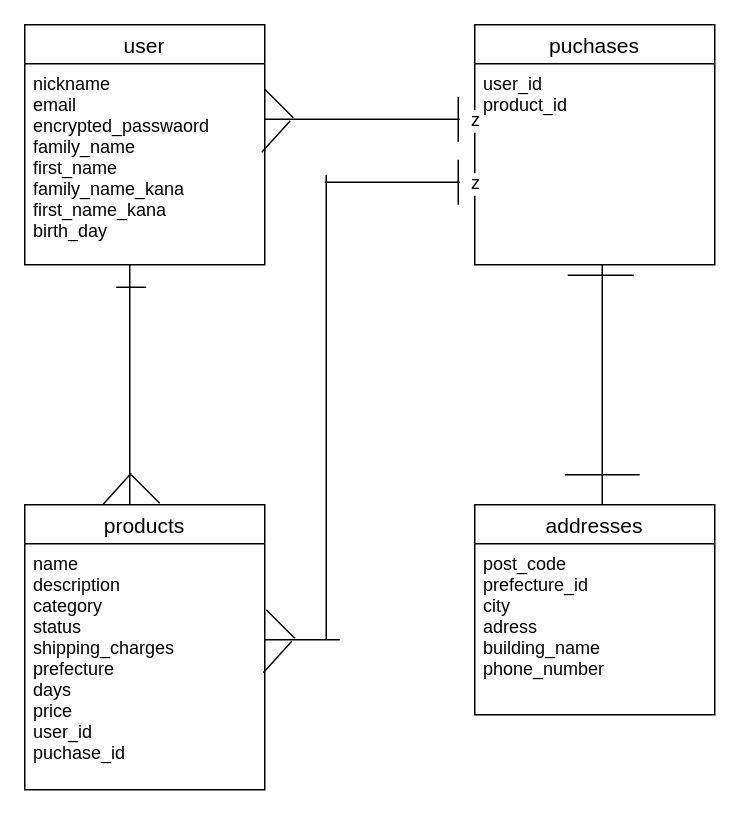
This is firima.dio from Kawase-Ryo/furima-38243, a draw.io file, before an edit. Source tidied: cells renumbered, new cells numbered last; positions are measured from the earlier drawing's top-left corner, leaving out a move shared by most shapes. Both pictures are drawn from the tidied source at 150%, with x=0, y=0 at pixel (24, 24).
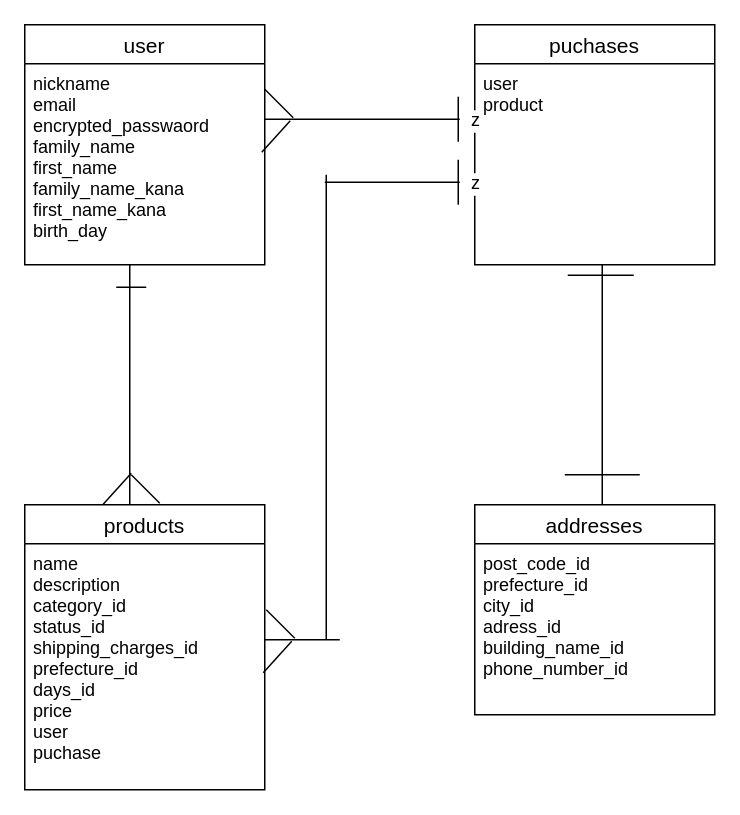
Above is the later version.

Commit message (it also covers changes not shown here):
データベース修正-15

The change refers to these unchanged cells:
```xml
<mxCell id="4" value="puchases" style="swimlane;fontStyle=0;horizontal=1;startSize=26;align=center;fontSize=14;" parent="1" vertex="1">
  <mxGeometry x="300" width="160" height="160" as="geometry" />
</mxCell>
<mxCell id="6" value="products" style="swimlane;fontStyle=0;horizontal=1;startSize=26;align=center;fontSize=14;" parent="1" vertex="1">
  <mxGeometry y="320" width="160" height="190" as="geometry" />
</mxCell>
<mxCell id="20" value="addresses" style="swimlane;fontStyle=0;horizontal=1;startSize=26;align=center;fontSize=14;" parent="1" vertex="1">
  <mxGeometry x="300" y="320" width="160" height="140" as="geometry" />
</mxCell>
```

Change to the diagram source:
```diff
@@
-    <mxCell id="5" value="user_id&#10;product_id" style="text;strokeColor=none;fillColor=none;spacingLeft=4;spacingRight=4;overflow=hidden;fontSize=12;" parent="4" vertex="1">
+    <mxCell id="5" value="user&#10;product" style="text;strokeColor=none;fillColor=none;spacingLeft=4;spacingRight=4;overflow=hidden;fontSize=12;" parent="4" vertex="1">
       <mxGeometry y="26" width="160" height="134" as="geometry" />
     </mxCell>
@@
-    <mxCell id="7" value="name&#10;description&#10;category&#10;status&#10;shipping_charges&#10;prefecture&#10;days&#10;price&#10;user_id&#10;puchase_id" style="text;strokeColor=none;fillColor=none;spacingLeft=4;spacingRight=4;overflow=hidden;fontSize=12;" parent="6" vertex="1">
+    <mxCell id="7" value="name&#10;description&#10;category_id&#10;status_id&#10;shipping_charges_id&#10;prefecture_id&#10;days_id&#10;price&#10;user&#10;puchase" style="text;strokeColor=none;fillColor=none;spacingLeft=4;spacingRight=4;overflow=hidden;fontSize=12;" parent="6" vertex="1">
       <mxGeometry y="26" width="160" height="164" as="geometry" />
     </mxCell>
@@
-    <mxCell id="21" value="post_code&#10;prefecture_id&#10;city&#10;adress&#10;building_name&#10;phone_number" style="text;strokeColor=none;fillColor=none;spacingLeft=4;spacingRight=4;overflow=hidden;fontSize=12;" parent="20" vertex="1">
+    <mxCell id="21" value="post_code_id&#10;prefecture_id&#10;city_id&#10;adress_id&#10;building_name_id&#10;phone_number_id" style="text;strokeColor=none;fillColor=none;spacingLeft=4;spacingRight=4;overflow=hidden;fontSize=12;" parent="20" vertex="1">
       <mxGeometry y="26" width="160" height="114" as="geometry" />
     </mxCell>
```
